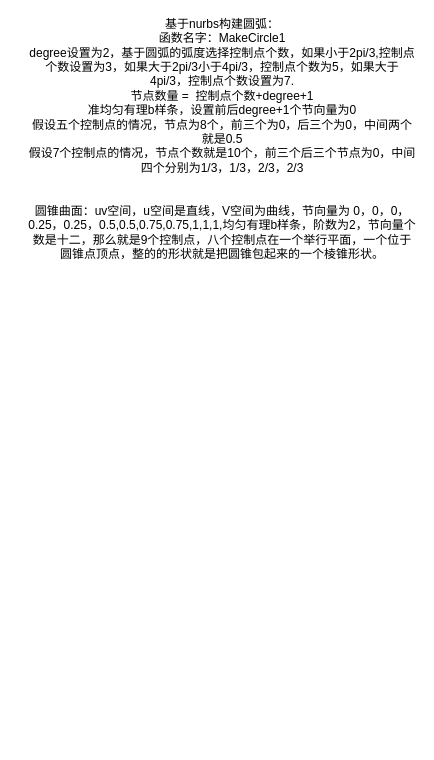
Earlier version of the draw.io diagram 绘图记录/曲面曲线算法.drawio (studyrohan/BSpline_learn). Source tidied: cells renumbered, new cells numbered last; positions are measured from the earlier drawing's top-left corner, leaving out a move shared by most shapes. Both pictures are drawn from the tidied source at 100%, with x=0, y=0 at pixel (27, 38).
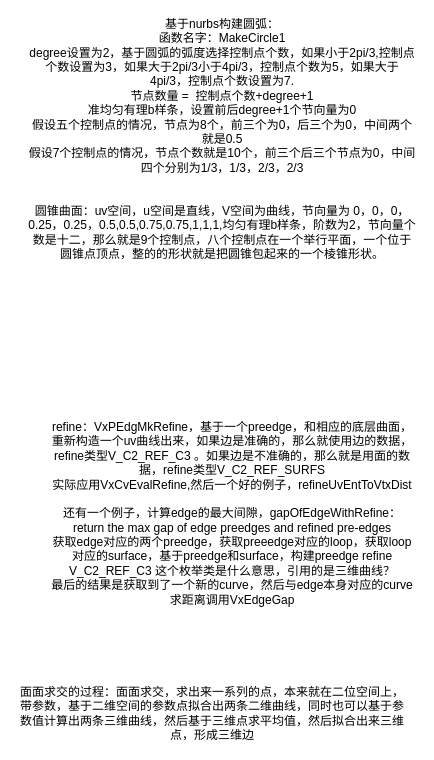
The same diagram, later.

What changed in the source:
```diff
@@
 <mxGraphModel>
   <root>
     <mxCell id="0" />
     <mxCell id="1" parent="0" />
     <mxCell id="2" value="基于nurbs构建圆弧：&lt;br&gt;函数名字：MakeCircle1&lt;div&gt;degree设置为2，基于圆弧的弧度选择控制点个数，如果小于2pi/3,控制点个数设置为3，如果大于2pi/3小于4pi/3，控制点个数为5，如果大于4pi/3，控制点个数设置为7.&lt;/div&gt;&lt;div&gt;节点数量 =&amp;nbsp; 控制点个数+degree+1&lt;/div&gt;&lt;div&gt;准均匀有理b样条，设置前后degree+1个节向量为0&lt;/div&gt;&lt;div&gt;假设五个控制点的情况，节点为8个，前三个为0，后三个为0，中间两个就是0.5&lt;/div&gt;&lt;div&gt;假设7个控制点的情况，节点个数就是10个，前三个后三个节点为0，中间四个分别为1/3，1/3，2/3，2/3&lt;/div&gt;&lt;div&gt;&lt;br&gt;&lt;/div&gt;&lt;div&gt;&lt;br&gt;&lt;/div&gt;&lt;div&gt;圆锥曲面：uv空间，u空间是直线，V空间为曲线，节向量为 0，0，0，0.25，0.25，0.5,0.5,0.75,0.75,1,1,1,均匀有理b样条，阶数为2，节向量个数是十二，那么就是9个控制点，八个控制点在一个举行平面，一个位于圆锥点顶点，整的的形状就是把圆锥包起来的一个棱锥形状。&lt;/div&gt;&lt;div&gt;&lt;br&gt;&lt;/div&gt;&lt;div&gt;&lt;br&gt;&lt;/div&gt;" style="text;html=1;align=center;verticalAlign=middle;whiteSpace=wrap;rounded=0;" parent="1" vertex="1">
       <mxGeometry width="390" height="230" as="geometry" />
     </mxCell>
+    <mxCell id="3" value="refine：VxPEdgMkRefine，基于一个preedge，和相应的底层曲面，重新构造一个uv曲线出来，如果边是准确的，那么就使用边的数据，refine类型V_C2_REF_C3&amp;nbsp;。如果边是不准确的，那么就是用面的数据，refine类型V_C2_REF_SURFS&lt;div&gt;实际应用VxCvEvalRefine,然后一个好的例子，refineUvEntToVtxDist&lt;/div&gt;&lt;div&gt;&lt;br&gt;&lt;/div&gt;&lt;div&gt;还有一个例子，计算edge的最大间隙，gapOfEdgeWithRefine：return the max gap of edge preedges and refined pre-edges&lt;/div&gt;&lt;div&gt;获取edge对应的两个preedge，获取preeedge对应的loop，获取loop对应的surface，基于preedge和surface，构建preedge refine&lt;/div&gt;&lt;div&gt;V_C2_REF_C3 这个枚举类是什么意思，引用的是三维曲线？&lt;/div&gt;&lt;div&gt;最后的结果是获取到了一个新的curve，然后与edge本身对应的curve求距离调用VxEdgeGap&lt;/div&gt;" style="text;html=1;align=center;verticalAlign=middle;whiteSpace=wrap;rounded=0;" parent="1" vertex="1">
+      <mxGeometry x="20" y="350" width="370" height="250" as="geometry" />
+    </mxCell>
+    <mxCell id="4" value="面面求交的过程：面面求交，求出来一系列的点，本来就在二位空间上，带参数，基于二维空间的参数点拟合出两条二维曲线，同时也可以基于参数值计算出两条三维曲线，然后基于三维点求平均值，然后拟合出来三维点，形成三维边" style="text;html=1;align=center;verticalAlign=middle;whiteSpace=wrap;rounded=0;" parent="1" vertex="1">
+      <mxGeometry x="-10" y="660" width="390" height="30" as="geometry" />
+    </mxCell>
   </root>
 </mxGraphModel>
```
